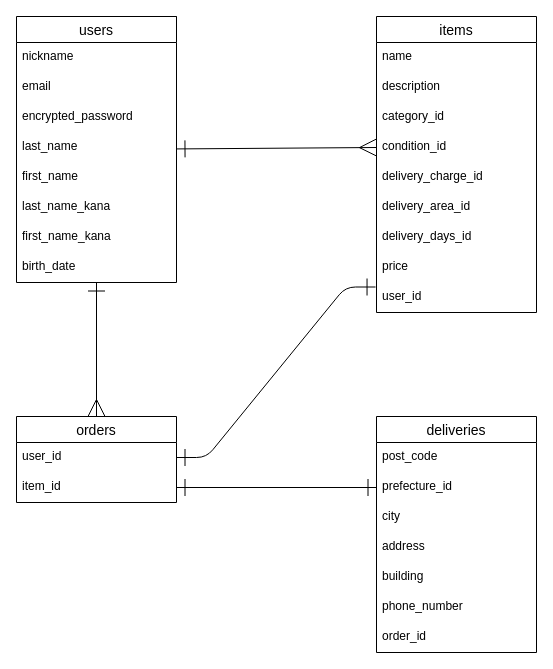
The draw.io diagram furima.dio in ayas07/furima-38033, before the edit. Source tidied: cells renumbered, new cells numbered last; positions are measured from the earlier drawing's top-left corner, leaving out a move shared by most shapes. Both pictures are drawn from the tidied source at 100%, with x=0, y=0 at pixel (16, 16).
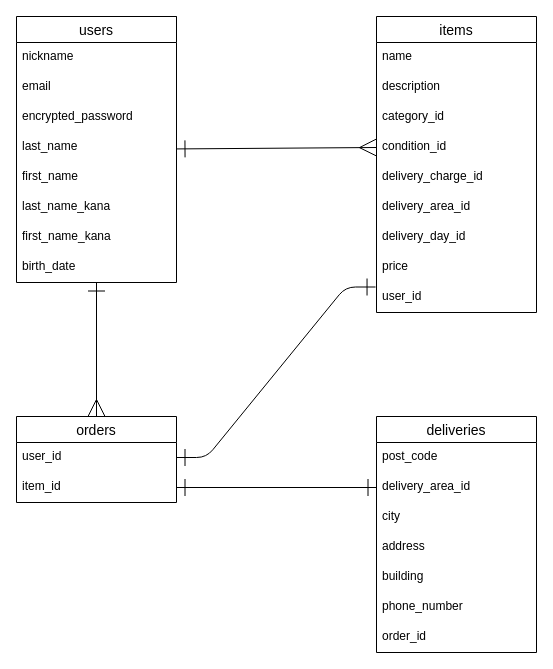
After the change.

Commit message:
ER図のカラム名修正

The change refers to these unchanged cells:
```xml
<mxCell id="13" value="items" style="swimlane;fontStyle=0;horizontal=1;startSize=26;align=center;fontSize=14;" parent="1" vertex="1">
  <mxGeometry x="360" width="160" height="296" as="geometry" />
</mxCell>
<mxCell id="26" value="deliveries" style="swimlane;fontStyle=0;horizontal=1;startSize=26;align=center;fontSize=14;" parent="1" vertex="1">
  <mxGeometry x="360" y="400" width="160" height="236" as="geometry" />
</mxCell>
```

What changed in the source:
```diff
@@
-    <mxCell id="20" value="delivery_days_id" style="text;strokeColor=none;fillColor=none;spacingLeft=4;spacingRight=4;overflow=hidden;fontSize=12;" parent="13" vertex="1">
+    <mxCell id="20" value="delivery_day_id" style="text;strokeColor=none;fillColor=none;spacingLeft=4;spacingRight=4;overflow=hidden;fontSize=12;" parent="13" vertex="1">
       <mxGeometry y="206" width="160" height="30" as="geometry" />
     </mxCell>
@@
-    <mxCell id="28" value="prefecture_id" style="text;strokeColor=none;fillColor=none;spacingLeft=4;spacingRight=4;overflow=hidden;points=[[0,0.5],[1,0.5]];portConstraint=eastwest;fontSize=12;" parent="26" vertex="1">
+    <mxCell id="28" value="delivery_area_id" style="text;strokeColor=none;fillColor=none;spacingLeft=4;spacingRight=4;overflow=hidden;points=[[0,0.5],[1,0.5]];portConstraint=eastwest;fontSize=12;" parent="26" vertex="1">
       <mxGeometry y="56" width="160" height="30" as="geometry" />
     </mxCell>
```
